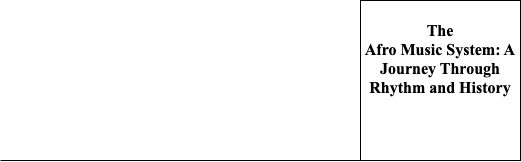
Kai39d/Hello-World keeps this draw.io diagram as AFM.drawio.png. Above is the earlier version. Source tidied: cells renumbered, new cells last; positions are measured from the earlier drawing's top-left corner, leaving out a move shared by most shapes.
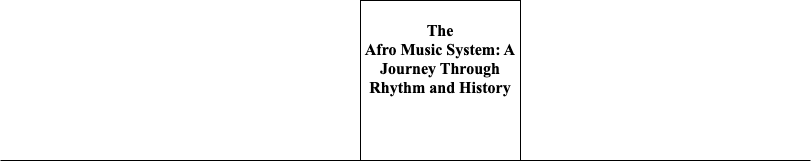
Later version of the same file.

The edit, as a diff of the source:
```diff
@@ -10,5 +10,10 @@
         <mxPoint y="160" as="sourcePoint" />
       </mxGeometry>
     </mxCell>
+    <mxCell id="4" style="endArrow=none;html=1;rounded=0;entryX=1;entryY=1;entryDx=0;entryDy=0;" parent="1" edge="1" target="2">
+      <mxGeometry relative="1" as="geometry">
+        <mxPoint x="810" y="160" as="sourcePoint" />
+      </mxGeometry>
+    </mxCell>
   </root>
 </mxGraphModel>
```
